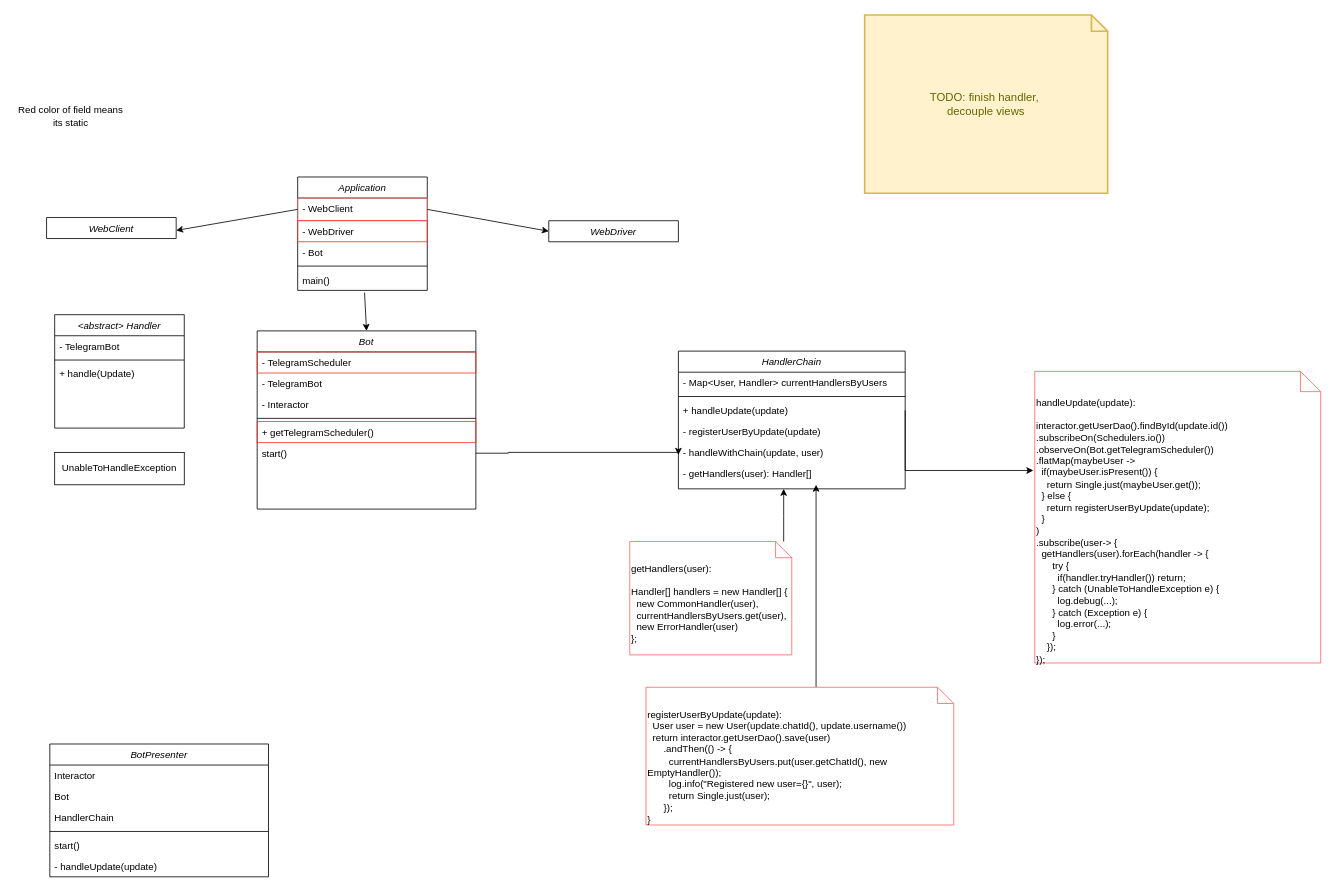
Before: HWBot.drawio in granlovestea/HWBot, a draw.io diagram. Source tidied: cells renumbered, new cells numbered last; positions are measured from the earlier drawing's top-left corner, leaving out a move shared by most shapes. Both pictures are drawn from the tidied source at 81%, with x=0, y=0 at pixel (14, 15).
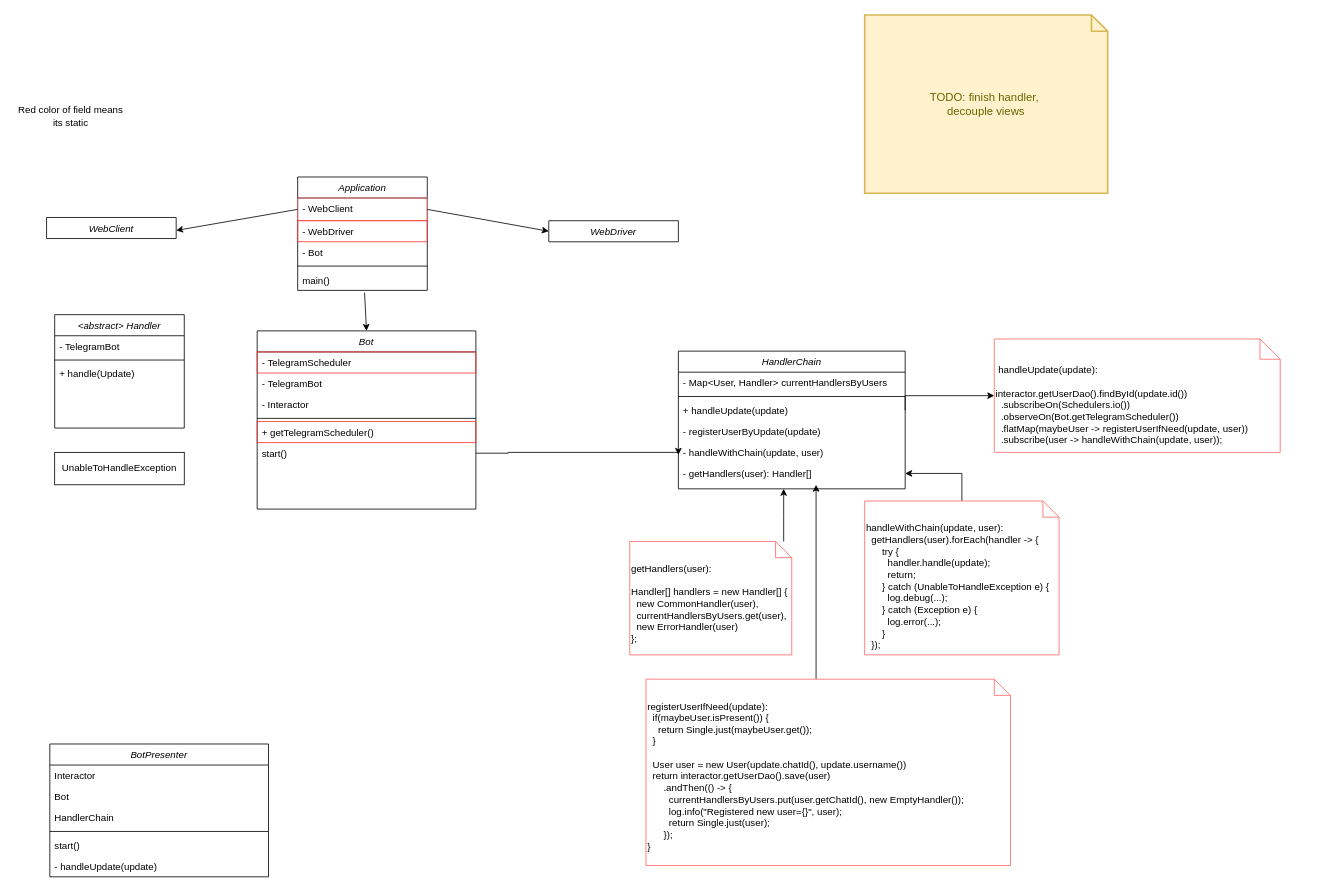
After the change.

Commit message:
Refactored HandlerChain in HWBot diagram

The change refers to these unchanged cells:
```xml
<mxCell id="30" value="+ handleUpdate(update)" style="text;align=left;verticalAlign=top;spacingLeft=4;spacingRight=4;overflow=hidden;points=[[0,0.5],[1,0.5]];portConstraint=eastwest;" parent="27" vertex="1">
  <mxGeometry y="60" width="280" height="26" as="geometry" />
</mxCell>
<mxCell id="33" value="- getHandlers(user): Handler[]" style="text;align=left;verticalAlign=top;spacingLeft=4;spacingRight=4;overflow=hidden;points=[[0,0.5],[1,0.5]];portConstraint=eastwest;" parent="27" vertex="1">
  <mxGeometry y="138" width="280" height="26" as="geometry" />
</mxCell>
```

What changed in the source:
```diff
@@
-    <mxCell id="25" style="edgeStyle=orthogonalEdgeStyle;rounded=0;jettySize=auto;html=1;exitX=1;exitY=0.5;exitDx=0;exitDy=0;entryX=-0.005;entryY=0.34;entryDx=0;entryDy=0;entryPerimeter=0;" parent="1" edge="1" source="30" target="26">
+    <mxCell id="25" style="edgeStyle=orthogonalEdgeStyle;rounded=0;jettySize=auto;html=1;exitX=1;exitY=0.5;exitDx=0;exitDy=0;entryX=0;entryY=0.5;entryDx=0;entryDy=0;entryPerimeter=0;" parent="1" edge="1" source="30" target="26">
       <mxGeometry relative="1" as="geometry">
         <Array as="points">
-          <mxPoint x="1100" y="562" />
+          <mxPoint x="1100" y="470" />
         </Array>
       </mxGeometry>
     </mxCell>
-    <mxCell id="26" value="&lt;div style=&quot;text-align: justify&quot;&gt;&lt;span&gt;handleUpdate(update):&lt;/span&gt;&lt;/div&gt;&lt;div style=&quot;text-align: justify&quot;&gt;&lt;br&gt;&lt;/div&gt;&lt;div style=&quot;text-align: justify&quot;&gt;&lt;span&gt;interactor.getUserDao().findById(update.id())&lt;/span&gt;&lt;/div&gt;&lt;div style=&quot;text-align: justify&quot;&gt;&lt;span&gt;.subscribeOn(Schedulers.io())&lt;/span&gt;&lt;/div&gt;&lt;div style=&quot;text-align: justify&quot;&gt;&lt;span&gt;.observeOn(Bot.getTelegramScheduler())&lt;/span&gt;&lt;/div&gt;&lt;div style=&quot;text-align: justify&quot;&gt;.flatMap(maybeUser -&amp;gt;&amp;nbsp;&lt;/div&gt;&lt;div style=&quot;text-align: justify&quot;&gt;&amp;nbsp; if(maybeUser.isPresent()) {&lt;/div&gt;&lt;div style=&quot;text-align: justify&quot;&gt;&amp;nbsp; &amp;nbsp; return Single.just(maybeUser.get());&lt;/div&gt;&lt;div style=&quot;text-align: justify&quot;&gt;&amp;nbsp; } else {&lt;/div&gt;&lt;div style=&quot;text-align: justify&quot;&gt;&amp;nbsp; &amp;nbsp; return registerUserByUpdate(update);&lt;/div&gt;&lt;div style=&quot;text-align: justify&quot;&gt;&amp;nbsp; }&lt;/div&gt;&lt;div style=&quot;text-align: justify&quot;&gt;)&lt;/div&gt;&lt;div style=&quot;text-align: justify&quot;&gt;&lt;span&gt;.subscribe(user-&amp;gt; {&lt;/span&gt;&lt;/div&gt;&lt;div style=&quot;text-align: justify&quot;&gt;&lt;span&gt;&amp;nbsp; getHandlers(user).forEach(handler -&amp;gt; {&lt;/span&gt;&lt;/div&gt;&lt;div style=&quot;text-align: justify&quot;&gt;&amp;nbsp; &amp;nbsp; &amp;nbsp; try {&lt;/div&gt;&lt;div style=&quot;text-align: justify&quot;&gt;&amp;nbsp; &amp;nbsp; &amp;nbsp; &amp;nbsp; if(handler.tryHandler()) return;&lt;/div&gt;&lt;div style=&quot;text-align: justify&quot;&gt;&amp;nbsp; &amp;nbsp; &amp;nbsp; } catch (UnableToHandleException e) {&lt;/div&gt;&lt;div style=&quot;text-align: justify&quot;&gt;&amp;nbsp; &amp;nbsp; &amp;nbsp; &amp;nbsp; log.debug(...);&lt;/div&gt;&lt;div style=&quot;text-align: justify&quot;&gt;&amp;nbsp; &amp;nbsp; &amp;nbsp; } catch (Exception e) {&lt;/div&gt;&lt;div style=&quot;text-align: justify&quot;&gt;&amp;nbsp; &amp;nbsp; &amp;nbsp; &amp;nbsp; log.error(...);&lt;/div&gt;&lt;div style=&quot;text-align: justify&quot;&gt;&amp;nbsp; &amp;nbsp; &amp;nbsp; }&lt;/div&gt;&lt;div style=&quot;text-align: justify&quot;&gt;&lt;span&gt;&amp;nbsp; &amp;nbsp; });&lt;/span&gt;&lt;/div&gt;&lt;div style=&quot;text-align: justify&quot;&gt;&lt;span&gt;});&lt;/span&gt;&lt;/div&gt;" style="shape=note2;boundedLbl=1;whiteSpace=wrap;html=1;size=25;verticalAlign=top;align=left;strokeColor=#FF6666;fillColor=#FFFFFF;" parent="1" vertex="1">
-      <mxGeometry x="1260" y="440" width="353" height="360" as="geometry" />
+    <mxCell id="26" value="&lt;div style=&quot;text-align: justify&quot;&gt;&lt;span&gt;&amp;nbsp;handleUpdate(update):&lt;/span&gt;&lt;/div&gt;&lt;div style=&quot;text-align: justify&quot;&gt;&lt;br&gt;&lt;/div&gt;&lt;div style=&quot;text-align: justify&quot;&gt;&lt;span&gt;interactor.getUserDao().findById(update.id())&lt;/span&gt;&lt;/div&gt;&lt;div style=&quot;text-align: justify&quot;&gt;&lt;span&gt;&amp;nbsp; .subscribeOn(Schedulers.io())&lt;/span&gt;&lt;/div&gt;&lt;div style=&quot;text-align: justify&quot;&gt;&lt;span&gt;&amp;nbsp; .observeOn(Bot.getTelegramScheduler())&lt;/span&gt;&lt;/div&gt;&lt;div style=&quot;text-align: justify&quot;&gt;&amp;nbsp; .flatMap(maybeUser -&amp;gt; registerUserIfNeed(update, user)&lt;span&gt;)&lt;/span&gt;&lt;/div&gt;&lt;div style=&quot;text-align: justify&quot;&gt;&lt;span&gt;&amp;nbsp; .subscribe(user -&amp;gt; handleWithChain(update, user)&lt;/span&gt;&lt;span&gt;);&lt;/span&gt;&lt;/div&gt;" style="shape=note2;boundedLbl=1;whiteSpace=wrap;html=1;size=25;verticalAlign=top;align=left;strokeColor=#FF6666;fillColor=#FFFFFF;" parent="1" vertex="1">
+      <mxGeometry x="1210" y="400" width="353" height="140" as="geometry" />
     </mxCell>
@@
-    <mxCell id="47" value="&lt;span style=&quot;text-align: justify&quot;&gt;registerUserByUpdate&lt;/span&gt;&lt;span style=&quot;text-align: justify&quot;&gt;(update):&lt;br&gt;&lt;/span&gt;&lt;span style=&quot;text-align: justify&quot;&gt;&amp;nbsp; User user = new User(update.chatId(), update.username())&lt;br&gt;&lt;/span&gt;&lt;div style=&quot;text-align: justify&quot;&gt;&lt;/div&gt;&lt;span style=&quot;text-align: justify&quot;&gt;&amp;nbsp; return interactor.getUserDao().save(user)&lt;br&gt;&amp;nbsp; &amp;nbsp; &amp;nbsp; .andThen(() -&amp;gt; {&lt;br&gt;&amp;nbsp;&lt;/span&gt;&lt;span style=&quot;text-align: justify&quot;&gt;&amp;nbsp; &amp;nbsp; &amp;nbsp; &amp;nbsp;&lt;/span&gt;&lt;span&gt;currentHandlersByUsers&lt;/span&gt;&lt;span style=&quot;text-align: justify&quot;&gt;.put(user.getChatId(), new EmptyHandler());&lt;/span&gt;&lt;div style=&quot;text-align: justify&quot;&gt;&amp;nbsp; &amp;nbsp; &amp;nbsp; &amp;nbsp; log.info(&quot;Registered new user={}&quot;, user);&lt;/div&gt;&lt;div style=&quot;text-align: justify&quot;&gt;&amp;nbsp; &amp;nbsp; &amp;nbsp; &amp;nbsp; return Single.just(user);&lt;/div&gt;&lt;span style=&quot;text-align: justify&quot;&gt;&amp;nbsp; &amp;nbsp; &amp;nbsp; });&lt;br&gt;&lt;/span&gt;&lt;div style=&quot;text-align: justify&quot;&gt;&lt;div&gt;}&lt;/div&gt;&lt;/div&gt;" style="shape=note2;boundedLbl=1;whiteSpace=wrap;html=1;size=20;verticalAlign=top;align=left;strokeColor=#FF6666;fillColor=#FFFFFF;" parent="1" vertex="1">
-      <mxGeometry x="780" y="830" width="380" height="170" as="geometry" />
+    <mxCell id="47" value="&lt;span style=&quot;text-align: justify&quot;&gt;registerUserIfNeed(update):&lt;br&gt;&lt;/span&gt;&lt;div style=&quot;text-align: justify&quot;&gt;&amp;nbsp; if(maybeUser.isPresent()) {&lt;/div&gt;&lt;div style=&quot;text-align: justify&quot;&gt;&amp;nbsp; &amp;nbsp; return Single.just(maybeUser.get());&lt;/div&gt;&lt;div style=&quot;text-align: justify&quot;&gt;&amp;nbsp; }&lt;/div&gt;&lt;span style=&quot;text-align: justify&quot;&gt;&lt;br&gt;&lt;/span&gt;&lt;span style=&quot;text-align: justify&quot;&gt;&amp;nbsp; User user = new User(update.chatId(), update.username())&lt;br&gt;&lt;/span&gt;&lt;div style=&quot;text-align: justify&quot;&gt;&lt;/div&gt;&lt;span style=&quot;text-align: justify&quot;&gt;&amp;nbsp; return interactor.getUserDao().save(user)&lt;br&gt;&amp;nbsp; &amp;nbsp; &amp;nbsp; .andThen(() -&amp;gt; {&lt;br&gt;&amp;nbsp;&lt;/span&gt;&lt;span style=&quot;text-align: justify&quot;&gt;&amp;nbsp; &amp;nbsp; &amp;nbsp; &amp;nbsp;&lt;/span&gt;&lt;span&gt;currentHandlersByUsers&lt;/span&gt;&lt;span style=&quot;text-align: justify&quot;&gt;.put(user.getChatId(), new EmptyHandler());&lt;/span&gt;&lt;div style=&quot;text-align: justify&quot;&gt;&amp;nbsp; &amp;nbsp; &amp;nbsp; &amp;nbsp; log.info(&quot;Registered new user={}&quot;, user);&lt;/div&gt;&lt;div style=&quot;text-align: justify&quot;&gt;&amp;nbsp; &amp;nbsp; &amp;nbsp; &amp;nbsp; return Single.just(user);&lt;/div&gt;&lt;span style=&quot;text-align: justify&quot;&gt;&amp;nbsp; &amp;nbsp; &amp;nbsp; });&lt;br&gt;&lt;/span&gt;&lt;div style=&quot;text-align: justify&quot;&gt;&lt;div&gt;}&lt;/div&gt;&lt;/div&gt;" style="shape=note2;boundedLbl=1;whiteSpace=wrap;html=1;size=20;verticalAlign=top;align=left;strokeColor=#FF6666;fillColor=#FFFFFF;" parent="1" vertex="1">
+      <mxGeometry x="780" y="820" width="450" height="230" as="geometry" />
     </mxCell>
+    <mxCell id="48" style="edgeStyle=orthogonalEdgeStyle;rounded=0;jettySize=auto;html=1;entryX=1;entryY=0.5;entryDx=0;entryDy=0;strokeColor=#000000;" parent="1" edge="1" source="49" target="33">
+      <mxGeometry relative="1" as="geometry">
+        <Array as="points">
+          <mxPoint x="1170" y="566" />
+        </Array>
+      </mxGeometry>
+    </mxCell>
+    <mxCell id="49" value="&lt;div style=&quot;text-align: justify&quot;&gt;&lt;span&gt;handleWithChain(update, user):&lt;br&gt;&lt;/span&gt;&lt;/div&gt;&lt;div style=&quot;text-align: justify&quot;&gt;&lt;div&gt;&amp;nbsp; getHandlers(user).forEach(handler -&amp;gt; {&lt;/div&gt;&lt;div&gt;&amp;nbsp; &amp;nbsp; &amp;nbsp; try {&lt;/div&gt;&lt;div&gt;&amp;nbsp; &amp;nbsp; &amp;nbsp; &amp;nbsp; handler.handle(update);&lt;/div&gt;&lt;div&gt;&amp;nbsp; &amp;nbsp; &amp;nbsp; &amp;nbsp; return;&lt;/div&gt;&lt;div&gt;&amp;nbsp; &amp;nbsp; &amp;nbsp; } catch (UnableToHandleException e) {&lt;/div&gt;&lt;div&gt;&amp;nbsp; &amp;nbsp; &amp;nbsp; &amp;nbsp; log.debug(...);&lt;/div&gt;&lt;div&gt;&amp;nbsp; &amp;nbsp; &amp;nbsp; } catch (Exception e) {&lt;/div&gt;&lt;div&gt;&amp;nbsp; &amp;nbsp; &amp;nbsp; &amp;nbsp; log.error(...);&lt;/div&gt;&lt;div&gt;&amp;nbsp; &amp;nbsp; &amp;nbsp; }&lt;/div&gt;&lt;div&gt;&amp;nbsp; });&lt;/div&gt;&lt;/div&gt;" style="shape=note2;boundedLbl=1;whiteSpace=wrap;html=1;size=20;verticalAlign=top;align=left;strokeColor=#FF6666;fillColor=#FFFFFF;" parent="1" vertex="1">
+      <mxGeometry x="1050" y="600" width="240" height="190" as="geometry" />
+    </mxCell>
```
